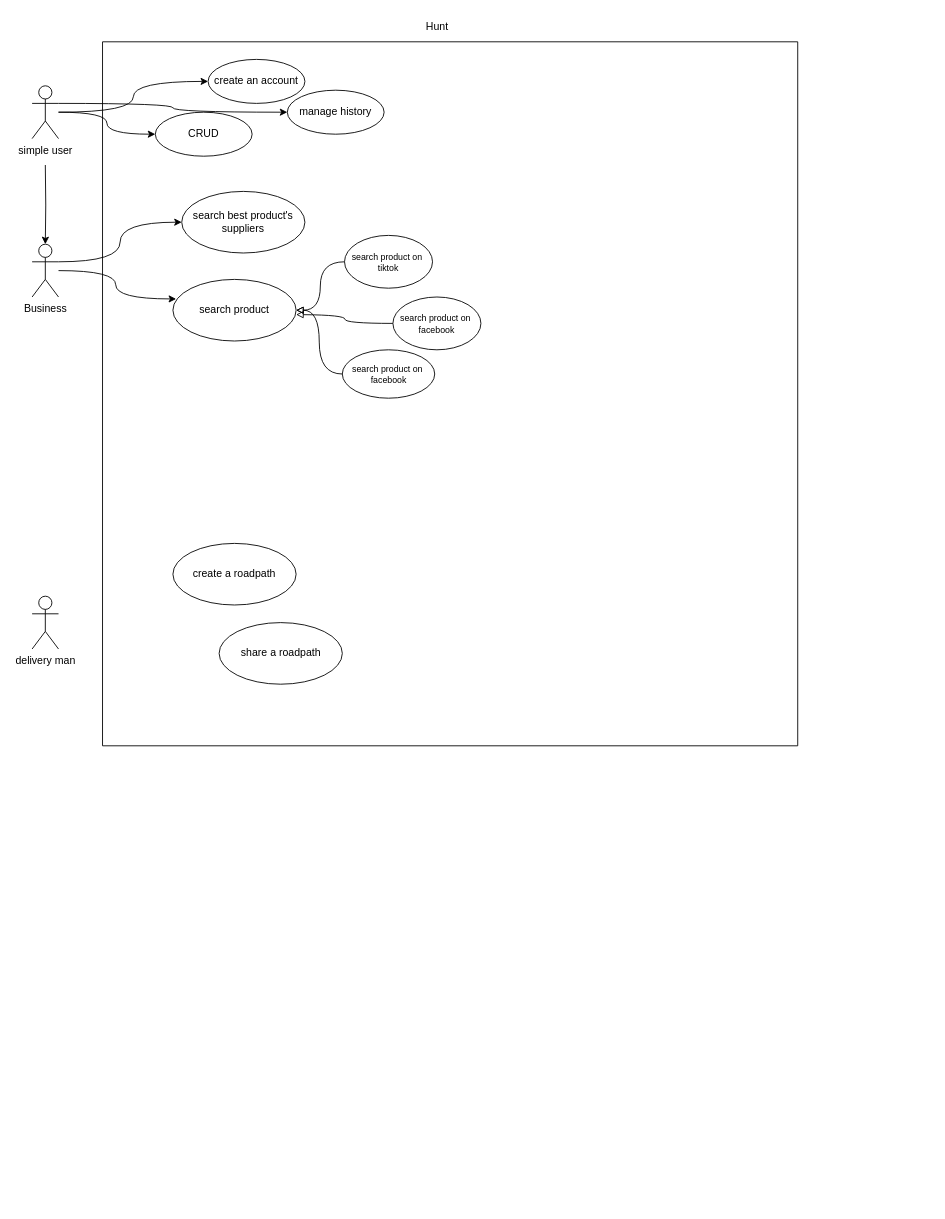
Before: page "UML diagrams" (1 of 2) of Diagramme sans nom.drawio in Valeryio/System-Draws, a draw.io diagram. Source tidied: cells renumbered, new cells numbered last; positions are measured from the earlier drawing's top-left corner, leaving out a move shared by most shapes. Both pictures are drawn from the tidied source at 88%, with x=0, y=0 at pixel (32, 15).
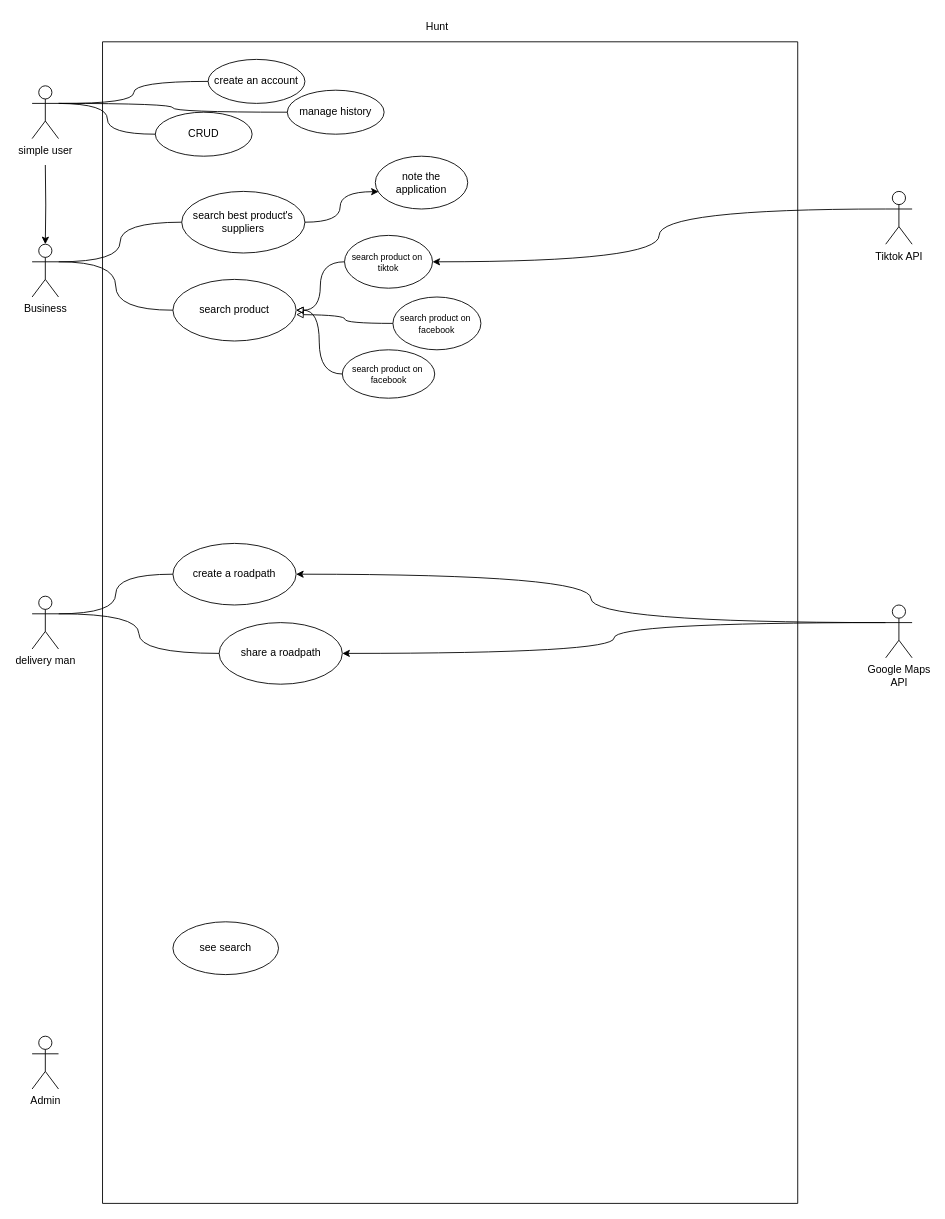
After the change.

Commit message:
Mettre à jour Diagramme sans nom.drawio

The change refers to these unchanged cells:
```xml
<mxCell id="4" value="create an account" style="ellipse;whiteSpace=wrap;html=1;" parent="3" vertex="1">
  <mxGeometry x="120" y="20" width="110" height="50" as="geometry" />
</mxCell>
<mxCell id="5" value="search best&amp;nbsp;product's suppliers" style="ellipse;whiteSpace=wrap;html=1;" parent="3" vertex="1">
  <mxGeometry x="90" y="170" width="140" height="70" as="geometry" />
</mxCell>
<mxCell id="6" value="search product" style="ellipse;whiteSpace=wrap;html=1;" parent="3" vertex="1">
  <mxGeometry x="80" y="270" width="140" height="70" as="geometry" />
</mxCell>
<mxCell id="8" value="&lt;font style=&quot;font-size: 10px;&quot;&gt;search product on&amp;nbsp;&lt;/font&gt;&lt;div style=&quot;font-size: 10px;&quot;&gt;&lt;font style=&quot;font-size: 10px;&quot;&gt;tiktok&lt;/font&gt;&lt;/div&gt;" style="ellipse;whiteSpace=wrap;html=1;" parent="3" vertex="1">
  <mxGeometry x="275" y="220" width="100" height="60" as="geometry" />
</mxCell>
<mxCell id="13" value="create a roadpath" style="ellipse;whiteSpace=wrap;html=1;" parent="3" vertex="1">
  <mxGeometry x="80" y="570" width="140" height="70" as="geometry" />
</mxCell>
<mxCell id="14" value="share a roadpath" style="ellipse;whiteSpace=wrap;html=1;" parent="3" vertex="1">
  <mxGeometry x="132.5" y="660" width="140" height="70" as="geometry" />
</mxCell>
<mxCell id="15" value="manage history" style="ellipse;whiteSpace=wrap;html=1;" parent="3" vertex="1">
  <mxGeometry x="210" y="55" width="110" height="50" as="geometry" />
</mxCell>
<mxCell id="16" value="CRUD" style="ellipse;whiteSpace=wrap;html=1;" parent="3" vertex="1">
  <mxGeometry x="60" y="80" width="110" height="50" as="geometry" />
</mxCell>
<mxCell id="21" value="simple user" style="shape=umlActor;verticalLabelPosition=bottom;verticalAlign=top;html=1;outlineConnect=0;" parent="1" vertex="1">
  <mxGeometry y="80" width="30" height="60" as="geometry" />
</mxCell>
<mxCell id="23" value="Business" style="shape=umlActor;verticalLabelPosition=bottom;verticalAlign=top;html=1;outlineConnect=0;" parent="1" vertex="1">
  <mxGeometry y="260" width="30" height="60" as="geometry" />
</mxCell>
<mxCell id="24" value="delivery man" style="shape=umlActor;verticalLabelPosition=bottom;verticalAlign=top;html=1;outlineConnect=0;" parent="1" vertex="1">
  <mxGeometry y="660" width="30" height="60" as="geometry" />
</mxCell>
```

Diff of the diagram source:
```diff
@@
-    <mxCell id="2" style="edgeStyle=orthogonalEdgeStyle;rounded=0;jettySize=auto;html=1;exitX=1;exitY=0.3333333333333333;exitDx=0;exitDy=0;exitPerimeter=0;curved=1;" parent="1" edge="1" source="21" target="15">
+    <mxCell id="2" style="edgeStyle=orthogonalEdgeStyle;rounded=0;jettySize=auto;html=1;exitX=1;exitY=0.3333333333333333;exitDx=0;exitDy=0;exitPerimeter=0;curved=1;endArrow=none;endFill=0;" parent="1" edge="1" source="21" target="15">
       <mxGeometry relative="1" as="geometry" />
     </mxCell>
     <mxCell id="3" style="swimlane;startSize=0;" parent="1" vertex="1">
-      <mxGeometry x="80" y="30" width="790" height="800" as="geometry" />
+      <mxGeometry x="80" y="30" width="790" height="1320" as="geometry" />
     </mxCell>
@@
+    <mxCell id="26" value="note the application" style="ellipse;whiteSpace=wrap;html=1;" parent="3" vertex="1">
+      <mxGeometry x="310" y="130" width="105" height="60" as="geometry" />
+    </mxCell>
+    <mxCell id="27" style="edgeStyle=orthogonalEdgeStyle;curved=1;rounded=0;jettySize=auto;html=1;exitX=1;exitY=0.5;exitDx=0;exitDy=0;entryX=0.036;entryY=0.672;entryDx=0;entryDy=0;entryPerimeter=0;" parent="3" edge="1" source="5" target="26">
+      <mxGeometry relative="1" as="geometry" />
+    </mxCell>
+    <mxCell id="28" value="see search" style="ellipse;whiteSpace=wrap;html=1;" parent="3" vertex="1">
+      <mxGeometry x="80" y="1000" width="120" height="60" as="geometry" />
+    </mxCell>
@@
-    <mxCell id="18" style="edgeStyle=orthogonalEdgeStyle;rounded=0;jettySize=auto;html=1;entryX=0;entryY=0.5;entryDx=0;entryDy=0;curved=1;" parent="1" edge="1" source="21" target="4">
-      <mxGeometry relative="1" as="geometry" />
+    <mxCell id="18" style="edgeStyle=orthogonalEdgeStyle;rounded=0;jettySize=auto;html=1;entryX=0;entryY=0.5;entryDx=0;entryDy=0;curved=1;endArrow=none;endFill=0;" parent="1" edge="1" target="4">
+      <mxGeometry relative="1" as="geometry">
+        <mxPoint x="30" y="100" as="sourcePoint" />
+      </mxGeometry>
     </mxCell>
-    <mxCell id="19" style="edgeStyle=orthogonalEdgeStyle;rounded=0;jettySize=auto;html=1;entryX=0;entryY=0.5;entryDx=0;entryDy=0;curved=1;" parent="1" edge="1" source="21" target="16">
-      <mxGeometry relative="1" as="geometry" />
+    <mxCell id="19" style="edgeStyle=orthogonalEdgeStyle;rounded=0;jettySize=auto;html=1;entryX=0;entryY=0.5;entryDx=0;entryDy=0;curved=1;endArrow=none;endFill=0;" parent="1" edge="1" target="16">
+      <mxGeometry relative="1" as="geometry">
+        <mxPoint x="30" y="100" as="sourcePoint" />
+      </mxGeometry>
     </mxCell>
@@
-    <mxCell id="22" style="edgeStyle=orthogonalEdgeStyle;rounded=0;jettySize=auto;html=1;exitX=1;exitY=0.3333333333333333;exitDx=0;exitDy=0;exitPerimeter=0;curved=1;" parent="1" edge="1" source="23" target="5">
+    <mxCell id="22" style="edgeStyle=orthogonalEdgeStyle;rounded=0;jettySize=auto;html=1;exitX=1;exitY=0.3333333333333333;exitDx=0;exitDy=0;exitPerimeter=0;curved=1;endArrow=none;endFill=0;" parent="1" edge="1" source="23" target="5">
       <mxGeometry relative="1" as="geometry" />
     </mxCell>
+    <mxCell id="25" style="edgeStyle=orthogonalEdgeStyle;curved=1;rounded=0;jettySize=auto;html=1;exitX=1;exitY=0.3333333333333333;exitDx=0;exitDy=0;exitPerimeter=0;endArrow=none;endFill=0;" parent="1" edge="1" source="23" target="6">
+      <mxGeometry relative="1" as="geometry" />
+    </mxCell>
@@
+    <mxCell id="29" style="edgeStyle=orthogonalEdgeStyle;rounded=0;jettySize=auto;html=1;exitX=1;exitY=0.3333333333333333;exitDx=0;exitDy=0;exitPerimeter=0;curved=1;endArrow=none;endFill=0;" parent="1" edge="1" source="24" target="13">
+      <mxGeometry relative="1" as="geometry" />
+    </mxCell>
+    <mxCell id="30" style="edgeStyle=orthogonalEdgeStyle;rounded=0;jettySize=auto;html=1;exitX=1;exitY=0.3333333333333333;exitDx=0;exitDy=0;exitPerimeter=0;entryX=0;entryY=0.5;entryDx=0;entryDy=0;curved=1;endArrow=none;endFill=0;" parent="1" edge="1" source="24" target="14">
+      <mxGeometry relative="1" as="geometry" />
+    </mxCell>
@@
-    <mxCell id="25" style="edgeStyle=orthogonalEdgeStyle;rounded=0;jettySize=auto;html=1;entryX=0.026;entryY=0.317;entryDx=0;entryDy=0;entryPerimeter=0;curved=1;" parent="1" edge="1" source="23" target="6">
-      <mxGeometry relative="1" as="geometry" />
-    </mxCell>
+    <mxCell id="31" style="edgeStyle=orthogonalEdgeStyle;rounded=0;jettySize=auto;html=1;exitX=0;exitY=0.3333333333333333;exitDx=0;exitDy=0;exitPerimeter=0;entryX=1;entryY=0.5;entryDx=0;entryDy=0;curved=1;" parent="1" edge="1" source="32" target="8">
+      <mxGeometry relative="1" as="geometry" />
+    </mxCell>
+    <mxCell id="32" value="Tiktok API" style="shape=umlActor;verticalLabelPosition=bottom;verticalAlign=top;html=1;outlineConnect=0;" parent="1" vertex="1">
+      <mxGeometry x="970" y="200" width="30" height="60" as="geometry" />
+    </mxCell>
+    <mxCell id="33" style="edgeStyle=orthogonalEdgeStyle;rounded=0;jettySize=auto;html=1;exitX=0;exitY=0.3333333333333333;exitDx=0;exitDy=0;exitPerimeter=0;entryX=1;entryY=0.5;entryDx=0;entryDy=0;curved=1;" parent="1" edge="1" source="35" target="14">
+      <mxGeometry relative="1" as="geometry" />
+    </mxCell>
+    <mxCell id="34" style="edgeStyle=orthogonalEdgeStyle;rounded=0;jettySize=auto;html=1;exitX=0;exitY=0.3333333333333333;exitDx=0;exitDy=0;exitPerimeter=0;entryX=1;entryY=0.5;entryDx=0;entryDy=0;curved=1;" parent="1" edge="1" source="35" target="13">
+      <mxGeometry relative="1" as="geometry" />
+    </mxCell>
+    <mxCell id="35" value="Google Maps&lt;div&gt;API&lt;/div&gt;" style="shape=umlActor;verticalLabelPosition=bottom;verticalAlign=top;html=1;outlineConnect=0;" parent="1" vertex="1">
+      <mxGeometry x="970" y="670" width="30" height="60" as="geometry" />
+    </mxCell>
+    <mxCell id="36" value="Admin" style="shape=umlActor;verticalLabelPosition=bottom;verticalAlign=top;html=1;" parent="1" vertex="1">
+      <mxGeometry y="1160" width="30" height="60" as="geometry" />
+    </mxCell>
```
